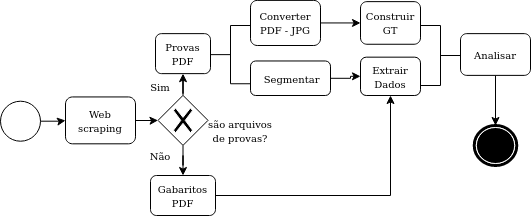
This is Untitled Diagram.png from karinawie/process-diagram, a draw.io export, as it was before one commit. Source tidied: cells renumbered, new cells last; positions are measured from the earlier drawing's top-left corner, leaving out a move shared by most shapes.
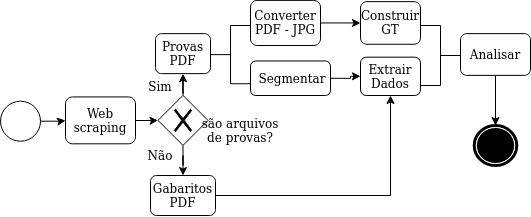
After the change.

Change to the diagram source:
```diff
@@ -5,19 +5,19 @@
     <mxCell id="2" style="edgeStyle=orthogonalEdgeStyle;rounded=0;jettySize=auto;html=1;" parent="1" edge="1" source="3" target="19">
       <mxGeometry relative="1" as="geometry" />
     </mxCell>
-    <mxCell id="3" value="&lt;font style=&quot;font-size: 10px&quot;&gt;Web scraping&lt;/font&gt;" style="shape=ext;rounded=1;html=1;whiteSpace=wrap;" parent="1" vertex="1">
+    <mxCell id="3" value="&lt;font style=&quot;font-size: 12px&quot;&gt;Web scraping&lt;/font&gt;" style="shape=ext;rounded=1;html=1;whiteSpace=wrap;" parent="1" vertex="1">
       <mxGeometry x="65" y="96.4" width="70" height="46.9" as="geometry" />
     </mxCell>
-    <mxCell id="4" value="&lt;font style=&quot;font-size: 10px&quot;&gt;Extrair Dados&lt;br&gt;&lt;/font&gt;" style="html=1;whiteSpace=wrap;rounded=1;" parent="1" vertex="1">
+    <mxCell id="4" value="&lt;font style=&quot;font-size: 10px&quot;&gt;&lt;font style=&quot;font-size: 12px&quot;&gt;Extrair Dados&lt;/font&gt;&lt;br&gt;&lt;/font&gt;" style="html=1;whiteSpace=wrap;rounded=1;" parent="1" vertex="1">
       <mxGeometry x="360" y="56.7" width="60" height="38.3" as="geometry" />
     </mxCell>
-    <mxCell id="5" value="&lt;font style=&quot;font-size: 10px&quot;&gt;Construir GT &lt;/font&gt;" style="html=1;whiteSpace=wrap;rounded=1;" parent="1" vertex="1">
+    <mxCell id="5" value="&lt;font style=&quot;font-size: 12px&quot;&gt;Construir GT &lt;/font&gt;" style="html=1;whiteSpace=wrap;rounded=1;" parent="1" vertex="1">
       <mxGeometry x="360" y="1.1" width="60" height="42.6" as="geometry" />
     </mxCell>
     <mxCell id="6" style="edgeStyle=orthogonalEdgeStyle;rounded=0;jettySize=auto;html=1;entryX=0;entryY=0.5;entryDx=0;entryDy=0;" parent="1" edge="1" source="7" target="4">
       <mxGeometry relative="1" as="geometry" />
     </mxCell>
-    <mxCell id="7" value="&lt;div&gt;&lt;font style=&quot;font-size: 10px&quot;&gt;&amp;nbsp;Segmentar&lt;/font&gt;&lt;/div&gt;" style="shape=ext;rounded=1;html=1;whiteSpace=wrap;" parent="1" vertex="1">
+    <mxCell id="7" value="&lt;div&gt;&lt;font style=&quot;font-size: 12px&quot;&gt;&amp;nbsp;Segmentar&lt;/font&gt;&lt;/div&gt;" style="shape=ext;rounded=1;html=1;whiteSpace=wrap;" parent="1" vertex="1">
       <mxGeometry x="250" y="60.5" width="80" height="34.5" as="geometry" />
     </mxCell>
     <mxCell id="8" style="html=1;shape=mxgraph.flowchart.annotation_2;align=left;labelPosition=right;" parent="1" vertex="1">
@@ -30,25 +30,25 @@
         </Array>
       </mxGeometry>
     </mxCell>
-    <mxCell id="10" value="&lt;font style=&quot;font-size: 10px&quot;&gt;Analisar&lt;font style=&quot;font-size: 10px&quot;&gt;&lt;br&gt;&lt;/font&gt;&lt;/font&gt;" style="html=1;whiteSpace=wrap;rounded=1;" parent="1" vertex="1">
+    <mxCell id="10" value="&lt;font style=&quot;font-size: 10px&quot;&gt;&lt;font style=&quot;font-size: 12px&quot;&gt;Analisar&lt;/font&gt;&lt;font style=&quot;font-size: 10px&quot;&gt;&lt;br&gt;&lt;/font&gt;&lt;/font&gt;" style="html=1;whiteSpace=wrap;rounded=1;" parent="1" vertex="1">
       <mxGeometry x="460" y="33.1" width="70" height="41.8" as="geometry" />
     </mxCell>
     <mxCell id="11" style="edgeStyle=orthogonalEdgeStyle;rounded=0;jettySize=auto;html=1;exitX=1;exitY=0.5;exitDx=0;exitDy=0;entryX=0;entryY=0.5;entryDx=0;entryDy=0;" parent="1" edge="1" source="12" target="5">
       <mxGeometry relative="1" as="geometry" />
     </mxCell>
-    <mxCell id="12" value="&lt;font style=&quot;font-size: 10px&quot;&gt;Converter PDF - JPG&lt;/font&gt;" style="html=1;whiteSpace=wrap;rounded=1;" parent="1" vertex="1">
+    <mxCell id="12" value="&lt;font style=&quot;font-size: 12px&quot;&gt;Converter PDF - JPG&lt;/font&gt;" style="html=1;whiteSpace=wrap;rounded=1;" parent="1" vertex="1">
       <mxGeometry x="250" y="-0.1" width="70" height="45.1" as="geometry" />
     </mxCell>
     <mxCell id="13" style="shape=mxgraph.bpmn.shape;html=1;verticalLabelPosition=bottom;labelBackgroundColor=#ffffff;verticalAlign=top;align=center;perimeter=ellipsePerimeter;outlineConnect=0;outline=end;symbol=terminate;" parent="1" vertex="1">
       <mxGeometry x="473.8" y="125" width="42.5" height="40" as="geometry" />
     </mxCell>
-    <mxCell id="14" value="&lt;font style=&quot;font-size: 10px&quot;&gt;Provas PDF&lt;/font&gt;" style="shape=ext;rounded=1;html=1;whiteSpace=wrap;" parent="1" vertex="1">
+    <mxCell id="14" value="&lt;font style=&quot;font-size: 12px&quot;&gt;Provas PDF&lt;/font&gt;" style="shape=ext;rounded=1;html=1;whiteSpace=wrap;" parent="1" vertex="1">
       <mxGeometry x="155" y="33.1" width="55" height="40" as="geometry" />
     </mxCell>
     <mxCell id="15" style="edgeStyle=orthogonalEdgeStyle;rounded=0;jettySize=auto;html=1;entryX=0.5;entryY=1;entryDx=0;entryDy=0;" parent="1" edge="1" source="16" target="4">
       <mxGeometry relative="1" as="geometry" />
     </mxCell>
-    <mxCell id="16" value="&lt;font style=&quot;font-size: 10px&quot;&gt;Gabaritos PDF&lt;/font&gt;" style="shape=ext;rounded=1;html=1;whiteSpace=wrap;" parent="1" vertex="1">
+    <mxCell id="16" value="&lt;font style=&quot;font-size: 12px&quot;&gt;Gabaritos PDF&lt;/font&gt;" style="shape=ext;rounded=1;html=1;whiteSpace=wrap;" parent="1" vertex="1">
       <mxGeometry x="150" y="175" width="65" height="40" as="geometry" />
     </mxCell>
     <mxCell id="17" style="edgeStyle=orthogonalEdgeStyle;rounded=0;jettySize=auto;html=1;" parent="1" edge="1" source="19" target="14">
@@ -60,13 +60,13 @@
     <mxCell id="19" style="shape=mxgraph.bpmn.shape;html=1;verticalLabelPosition=bottom;labelBackgroundColor=#ffffff;verticalAlign=top;align=center;perimeter=rhombusPerimeter;background=gateway;outlineConnect=0;outline=none;symbol=exclusiveGw;" parent="1" vertex="1">
       <mxGeometry x="157.5" y="94.9" width="50" height="50" as="geometry" />
     </mxCell>
-    <mxCell id="20" value="&lt;font style=&quot;font-size: 10px&quot;&gt;são arquivos de provas?&lt;/font&gt;" style="text;html=1;strokeColor=none;fillColor=none;align=center;verticalAlign=middle;whiteSpace=wrap;rounded=0;" parent="1" vertex="1">
+    <mxCell id="20" value="&lt;font style=&quot;font-size: 12px&quot;&gt;são arquivos de provas?&lt;/font&gt;" style="text;html=1;strokeColor=none;fillColor=none;align=center;verticalAlign=middle;whiteSpace=wrap;rounded=0;" parent="1" vertex="1">
       <mxGeometry x="200" y="125" width="80" height="10" as="geometry" />
     </mxCell>
-    <mxCell id="21" value="&lt;font style=&quot;font-size: 10px&quot;&gt;Sim&lt;/font&gt;" style="text;html=1;strokeColor=none;fillColor=none;align=center;verticalAlign=middle;whiteSpace=wrap;rounded=0;" parent="1" vertex="1">
+    <mxCell id="21" value="&lt;font style=&quot;font-size: 12px&quot;&gt;Sim&lt;/font&gt;" style="text;html=1;strokeColor=none;fillColor=none;align=center;verticalAlign=middle;whiteSpace=wrap;rounded=0;" parent="1" vertex="1">
       <mxGeometry x="140" y="76.4" width="40" height="20" as="geometry" />
     </mxCell>
-    <mxCell id="22" value="&lt;div&gt;&lt;font style=&quot;font-size: 10px&quot;&gt;Não&lt;/font&gt;&lt;/div&gt;" style="text;html=1;strokeColor=none;fillColor=none;align=center;verticalAlign=middle;whiteSpace=wrap;rounded=0;" parent="1" vertex="1">
+    <mxCell id="22" value="&lt;div&gt;&lt;font style=&quot;font-size: 12px&quot;&gt;Não&lt;/font&gt;&lt;/div&gt;" style="text;html=1;strokeColor=none;fillColor=none;align=center;verticalAlign=middle;whiteSpace=wrap;rounded=0;" parent="1" vertex="1">
       <mxGeometry x="140" y="145" width="40" height="20" as="geometry" />
     </mxCell>
     <mxCell id="23" style="html=1;shape=mxgraph.flowchart.annotation_2;align=left;labelPosition=right;direction=west;" parent="1" vertex="1">
```
